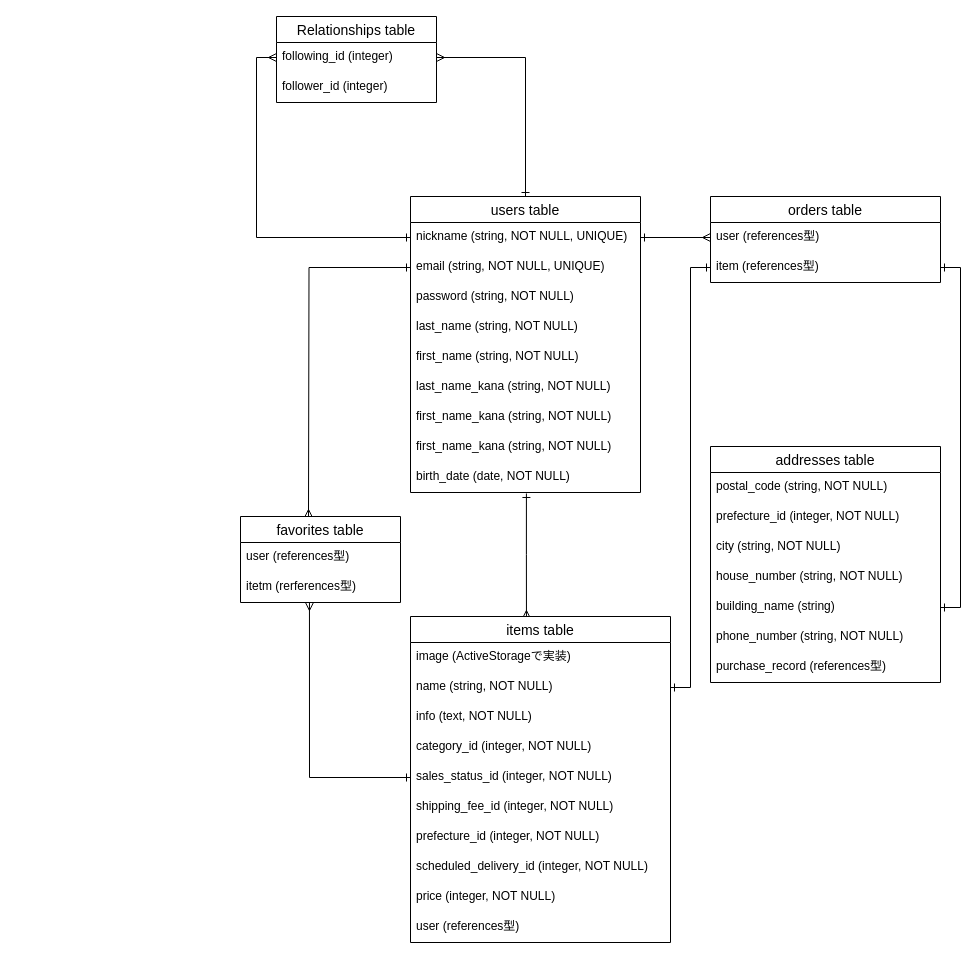
Before: furima-31741.dio in KeiIchi-74/furima-31741, a draw.io diagram. Source tidied: cells renumbered, new cells numbered last; positions are measured from the earlier drawing's top-left corner, leaving out a move shared by most shapes. Both pictures are drawn from the tidied source at 100%, with x=0, y=0 at pixel (240, 16).
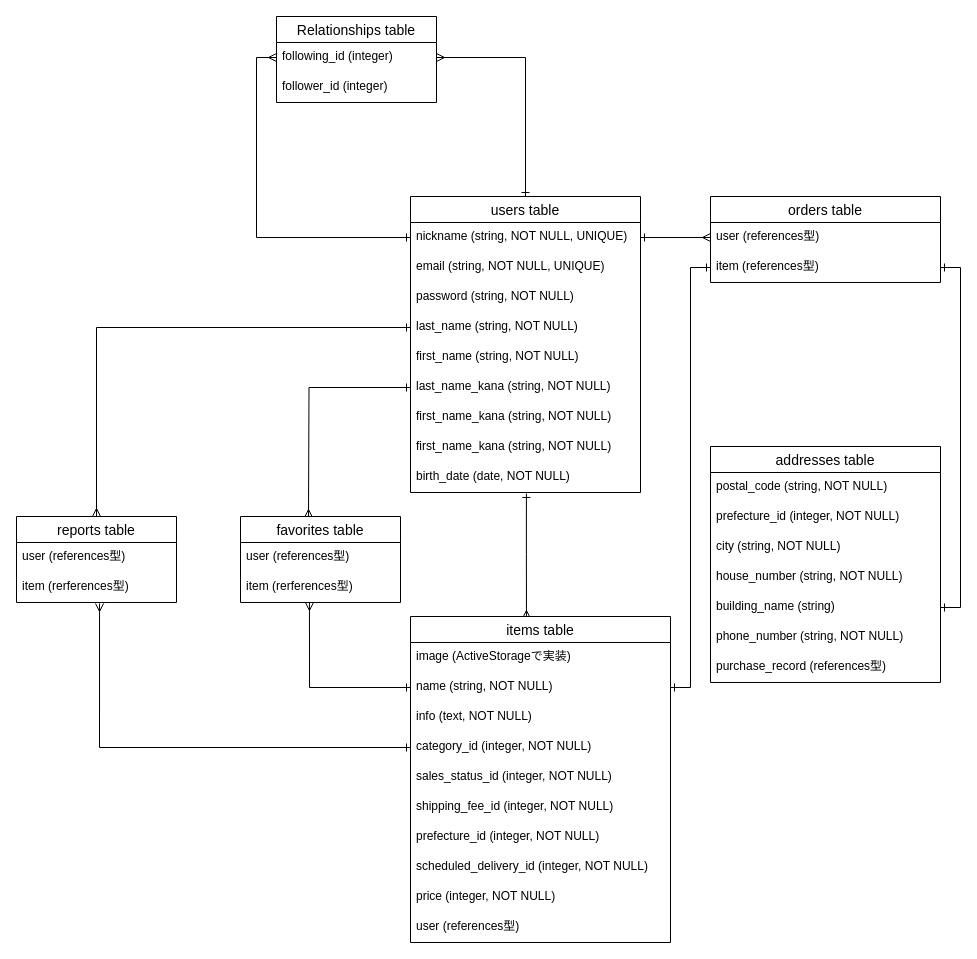
After the change.

Unchanged cells that the change refers to:
```xml
<mxCell id="24" value="name (string, NOT NULL)" style="text;strokeColor=none;fillColor=none;spacingLeft=4;spacingRight=4;overflow=hidden;points=[[0,0.5],[1,0.5]];portConstraint=eastwest;fontSize=12;" parent="22" vertex="1">
  <mxGeometry y="56" width="260" height="30" as="geometry" />
</mxCell>
<mxCell id="26" value="category_id (integer, NOT NULL)" style="text;strokeColor=none;fillColor=none;spacingLeft=4;spacingRight=4;overflow=hidden;points=[[0,0.5],[1,0.5]];portConstraint=eastwest;fontSize=12;" parent="22" vertex="1">
  <mxGeometry y="116" width="260" height="30" as="geometry" />
</mxCell>
<mxCell id="27" value="sales_status_id (integer, NOT NULL)" style="text;strokeColor=none;fillColor=none;spacingLeft=4;spacingRight=4;overflow=hidden;points=[[0,0.5],[1,0.5]];portConstraint=eastwest;fontSize=12;" parent="22" vertex="1">
  <mxGeometry y="146" width="260" height="30" as="geometry" />
</mxCell>
<mxCell id="36" value="email (string, NOT NULL, UNIQUE)" style="text;strokeColor=none;fillColor=none;spacingLeft=4;spacingRight=4;overflow=hidden;points=[[0,0.5],[1,0.5]];portConstraint=eastwest;fontSize=12;" parent="34" vertex="1">
  <mxGeometry y="56" width="230" height="30" as="geometry" />
</mxCell>
<mxCell id="38" value="last_name (string, NOT NULL)" style="text;strokeColor=none;fillColor=none;spacingLeft=4;spacingRight=4;overflow=hidden;points=[[0,0.5],[1,0.5]];portConstraint=eastwest;fontSize=12;" parent="34" vertex="1">
  <mxGeometry y="116" width="230" height="30" as="geometry" />
</mxCell>
<mxCell id="40" value="last_name_kana (string, NOT NULL)" style="text;strokeColor=none;fillColor=none;spacingLeft=4;spacingRight=4;overflow=hidden;points=[[0,0.5],[1,0.5]];portConstraint=eastwest;fontSize=12;" parent="34" vertex="1">
  <mxGeometry y="176" width="230" height="30" as="geometry" />
</mxCell>
<mxCell id="44" value="favorites table" style="swimlane;fontStyle=0;horizontal=1;startSize=26;align=center;fontSize=14;" parent="1" vertex="1">
  <mxGeometry y="500" width="160" height="86" as="geometry" />
</mxCell>
```

Diff of the diagram source:
```diff
@@
-    <mxCell id="6" style="edgeStyle=orthogonalEdgeStyle;rounded=0;jettySize=auto;html=1;exitX=0;exitY=0.5;exitDx=0;exitDy=0;startArrow=ERone;startFill=0;endArrow=ERmany;endFill=0;" parent="1" edge="1" source="36">
+    <mxCell id="6" style="edgeStyle=orthogonalEdgeStyle;rounded=0;jettySize=auto;html=1;exitX=0;exitY=0.5;exitDx=0;exitDy=0;startArrow=ERone;startFill=0;endArrow=ERmany;endFill=0;" parent="1" edge="1" source="40">
       <mxGeometry relative="1" as="geometry">
         <mxPoint x="68" y="501" as="targetPoint" />
       </mxGeometry>
     </mxCell>
-    <mxCell id="7" style="edgeStyle=orthogonalEdgeStyle;rounded=0;jettySize=auto;html=1;exitX=0;exitY=0.5;exitDx=0;exitDy=0;endArrow=ERmany;endFill=0;startArrow=ERone;startFill=0;entryX=0.431;entryY=1;entryDx=0;entryDy=0;entryPerimeter=0;" parent="1" edge="1" source="27" target="46">
+    <mxCell id="7" style="edgeStyle=orthogonalEdgeStyle;rounded=0;jettySize=auto;html=1;exitX=0;exitY=0.5;exitDx=0;exitDy=0;endArrow=ERmany;endFill=0;startArrow=ERone;startFill=0;entryX=0.431;entryY=1;entryDx=0;entryDy=0;entryPerimeter=0;" parent="1" edge="1" source="24" target="46">
       <mxGeometry relative="1" as="geometry" />
     </mxCell>
@@
-    <mxCell id="46" value="itetm (rerferences型)" style="text;strokeColor=none;fillColor=none;spacingLeft=4;spacingRight=4;overflow=hidden;points=[[0,0.5],[1,0.5]];portConstraint=eastwest;fontSize=12;" parent="44" vertex="1">
+    <mxCell id="46" value="item (rerferences型)" style="text;strokeColor=none;fillColor=none;spacingLeft=4;spacingRight=4;overflow=hidden;points=[[0,0.5],[1,0.5]];portConstraint=eastwest;fontSize=12;" parent="44" vertex="1">
       <mxGeometry y="56" width="160" height="30" as="geometry" />
     </mxCell>
@@
+    <mxCell id="48" value="reports table" style="swimlane;fontStyle=0;horizontal=1;startSize=26;align=center;fontSize=14;" parent="1" vertex="1">
+      <mxGeometry x="-224" y="500" width="160" height="86" as="geometry" />
+    </mxCell>
+    <mxCell id="49" value="user (references型)" style="text;strokeColor=none;fillColor=none;spacingLeft=4;spacingRight=4;overflow=hidden;fontSize=12;" parent="48" vertex="1">
+      <mxGeometry y="26" width="160" height="30" as="geometry" />
+    </mxCell>
+    <mxCell id="50" value="item (rerferences型)" style="text;strokeColor=none;fillColor=none;spacingLeft=4;spacingRight=4;overflow=hidden;points=[[0,0.5],[1,0.5]];portConstraint=eastwest;fontSize=12;" parent="48" vertex="1">
+      <mxGeometry y="56" width="160" height="30" as="geometry" />
+    </mxCell>
+    <mxCell id="51" style="edgeStyle=orthogonalEdgeStyle;rounded=0;jettySize=auto;html=1;exitX=0;exitY=0.5;exitDx=0;exitDy=0;entryX=0.5;entryY=0;entryDx=0;entryDy=0;endArrow=ERmany;endFill=0;startArrow=ERone;startFill=0;" parent="1" edge="1" source="38" target="48">
+      <mxGeometry relative="1" as="geometry" />
+    </mxCell>
+    <mxCell id="52" style="edgeStyle=orthogonalEdgeStyle;rounded=0;jettySize=auto;html=1;exitX=0;exitY=0.5;exitDx=0;exitDy=0;endArrow=ERmany;endFill=0;startArrow=ERone;startFill=0;entryX=0.519;entryY=1.033;entryDx=0;entryDy=0;entryPerimeter=0;" parent="1" edge="1" source="26" target="50">
+      <mxGeometry relative="1" as="geometry" />
+    </mxCell>
```
